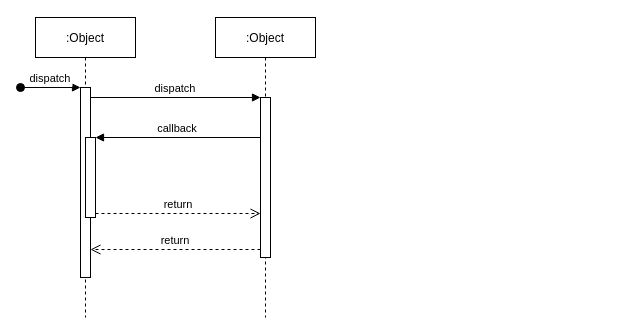
Above: Untitled Diagram.drawio in webwyb/draw (draw.io), before the change. Source tidied: cells renumbered, new cells numbered last; positions are measured from the earlier drawing's top-left corner, leaving out a move shared by most shapes. Both pictures are drawn from the tidied source at 100%, with x=0, y=0 at pixel (20, 17).
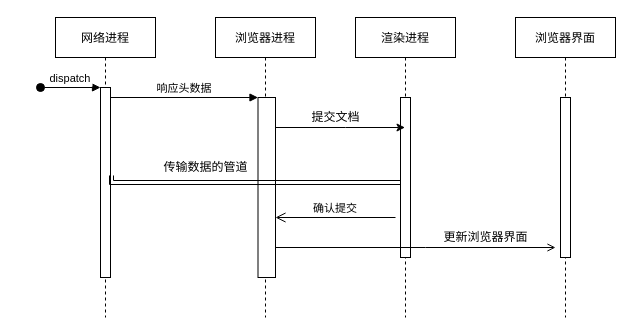
After the change.

Commit message:
浏览器提交文档阶段泳道图

The change refers to these unchanged cells:
```xml
<mxCell id="3" style="points=[];perimeter=orthogonalPerimeter;rounded=0;shadow=0;strokeWidth=1;" parent="2" vertex="1">
  <mxGeometry x="45" y="70" width="10" height="190" as="geometry" />
</mxCell>
```

The edit, as a diff of the source:
```diff
@@
-    <mxCell id="2" value=":Object" style="shape=umlLifeline;perimeter=lifelinePerimeter;rounded=0;shadow=0;strokeWidth=1;" parent="1" vertex="1">
-      <mxGeometry x="15" width="100" height="300" as="geometry" />
+    <mxCell id="2" value="网络进程" style="shape=umlLifeline;perimeter=lifelinePerimeter;rounded=0;shadow=0;strokeWidth=1;" parent="1" vertex="1">
+      <mxGeometry x="35" width="100" height="300" as="geometry" />
     </mxCell>
@@
-    <mxCell id="5" style="points=[];perimeter=orthogonalPerimeter;rounded=0;shadow=0;strokeWidth=1;" parent="2" vertex="1">
-      <mxGeometry x="50" y="120" width="10" height="80" as="geometry" />
-    </mxCell>
-    <mxCell id="6" value=":Object" style="shape=umlLifeline;perimeter=lifelinePerimeter;rounded=0;shadow=0;strokeWidth=1;" parent="1" vertex="1">
+    <mxCell id="6" value="浏览器进程" style="shape=umlLifeline;perimeter=lifelinePerimeter;rounded=0;shadow=0;strokeWidth=1;" parent="1" vertex="1">
       <mxGeometry x="195" width="100" height="300" as="geometry" />
     </mxCell>
     <mxCell id="7" style="points=[];perimeter=orthogonalPerimeter;rounded=0;shadow=0;strokeWidth=1;" parent="6" vertex="1">
-      <mxGeometry x="45" y="80" width="10" height="160" as="geometry" />
+      <mxGeometry x="42.5" y="80" width="17.5" height="180" as="geometry" />
     </mxCell>
-    <mxCell id="8" value="return" style="verticalAlign=bottom;endArrow=open;dashed=1;endSize=8;exitX=0;exitY=0.95;shadow=0;strokeWidth=1;" parent="1" edge="1" source="7" target="3">
-      <mxGeometry relative="1" as="geometry" />
-    </mxCell>
-    <mxCell id="9" value="dispatch" style="verticalAlign=bottom;endArrow=block;entryX=0;entryY=0;shadow=0;strokeWidth=1;" parent="1" edge="1" source="3" target="7">
+    <mxCell id="9" value="响应头数据" style="verticalAlign=bottom;endArrow=block;entryX=0;entryY=0;shadow=0;strokeWidth=1;" parent="1" edge="1" source="3" target="7">
       <mxGeometry relative="1" as="geometry" />
     </mxCell>
-    <mxCell id="10" value="callback" style="verticalAlign=bottom;endArrow=block;entryX=1;entryY=0;shadow=0;strokeWidth=1;" parent="1" edge="1" source="7" target="5">
-      <mxGeometry relative="1" as="geometry" />
-    </mxCell>
-    <mxCell id="11" value="return" style="verticalAlign=bottom;endArrow=open;dashed=1;endSize=8;exitX=1;exitY=0.95;shadow=0;strokeWidth=1;" parent="1" edge="1" source="5" target="7">
-      <mxGeometry relative="1" as="geometry" />
-    </mxCell>
+    <mxCell id="12" value="渲染进程" style="shape=umlLifeline;perimeter=lifelinePerimeter;rounded=0;shadow=0;strokeWidth=1;" parent="1" vertex="1">
+      <mxGeometry x="335" width="100" height="300" as="geometry" />
+    </mxCell>
+    <mxCell id="13" style="points=[];perimeter=orthogonalPerimeter;rounded=0;shadow=0;strokeWidth=1;" parent="12" vertex="1">
+      <mxGeometry x="45" y="80" width="10" height="160" as="geometry" />
+    </mxCell>
+    <mxCell id="14" value="浏览器界面" style="shape=umlLifeline;perimeter=lifelinePerimeter;rounded=0;shadow=0;strokeWidth=1;" parent="1" vertex="1">
+      <mxGeometry x="495" width="100" height="300" as="geometry" />
+    </mxCell>
+    <mxCell id="15" style="perimeter=orthogonalPerimeter;rounded=0;shadow=0;strokeWidth=1;" parent="14" vertex="1">
+      <mxGeometry x="45" y="80" width="10" height="160" as="geometry" />
+    </mxCell>
+    <mxCell id="16" style="edgeStyle=orthogonalEdgeStyle;rounded=0;jettySize=auto;html=1;" parent="1" edge="1" source="7" target="12">
+      <mxGeometry relative="1" as="geometry">
+        <Array as="points">
+          <mxPoint x="325" y="110" />
+          <mxPoint x="325" y="110" />
+        </Array>
+      </mxGeometry>
+    </mxCell>
+    <mxCell id="17" value="提交文档" style="text;html=1;align=center;verticalAlign=middle;" parent="1" vertex="1">
+      <mxGeometry x="285" y="90" width="60" height="20" as="geometry" />
+    </mxCell>
+    <mxCell id="18" style="edgeStyle=orthogonalEdgeStyle;rounded=0;jettySize=auto;html=1;endArrow=open;endFill=0;shape=link;entryX=1.1;entryY=0.463;entryDx=0;entryDy=0;entryPerimeter=0;" parent="1" edge="1" source="13" target="3">
+      <mxGeometry relative="1" as="geometry">
+        <Array as="points">
+          <mxPoint x="91" y="165" />
+        </Array>
+      </mxGeometry>
+    </mxCell>
+    <mxCell id="19" value="传输数据的管道" style="text;html=1;align=center;verticalAlign=middle;" parent="1" vertex="1">
+      <mxGeometry x="135" y="140" width="100" height="20" as="geometry" />
+    </mxCell>
+    <mxCell id="20" value="确认提交" style="verticalAlign=bottom;endArrow=open;endSize=8;shadow=0;strokeWidth=1;" parent="1" edge="1">
+      <mxGeometry relative="1" as="geometry">
+        <mxPoint x="375" y="200" as="sourcePoint" />
+        <mxPoint x="255" y="200" as="targetPoint" />
+      </mxGeometry>
+    </mxCell>
+    <mxCell id="21" style="edgeStyle=orthogonalEdgeStyle;rounded=0;jettySize=auto;html=1;endArrow=open;endFill=0;" parent="1" edge="1" source="7">
+      <mxGeometry relative="1" as="geometry">
+        <mxPoint x="535" y="230" as="targetPoint" />
+        <Array as="points">
+          <mxPoint x="405" y="230" />
+          <mxPoint x="405" y="230" />
+        </Array>
+      </mxGeometry>
+    </mxCell>
+    <mxCell id="22" value="更新浏览器界面" style="text;html=1;align=center;verticalAlign=middle;" parent="1" vertex="1">
+      <mxGeometry x="415" y="210" width="100" height="20" as="geometry" />
+    </mxCell>
```
